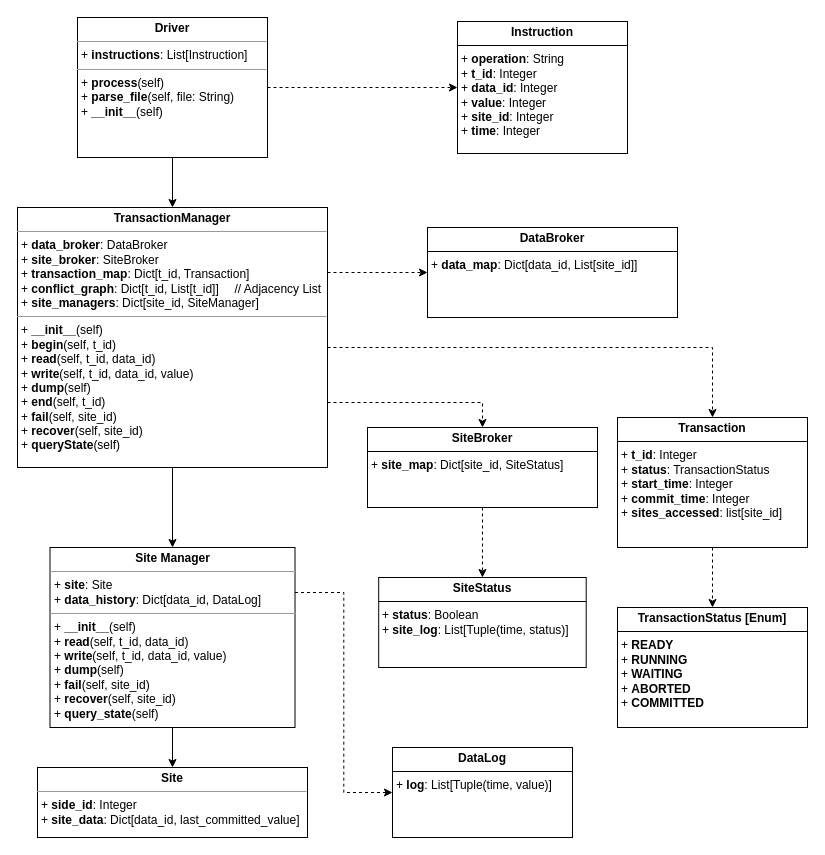
akash13s/replicated-concurrent-db keeps this draw.io diagram as design_diagram.drawio. Above is the earlier version. Source tidied: cells renumbered, new cells numbered last; positions are measured from the earlier drawing's top-left corner, leaving out a move shared by most shapes. Both pictures are drawn from the tidied source at 100%, with x=0, y=0 at pixel (17, 17).
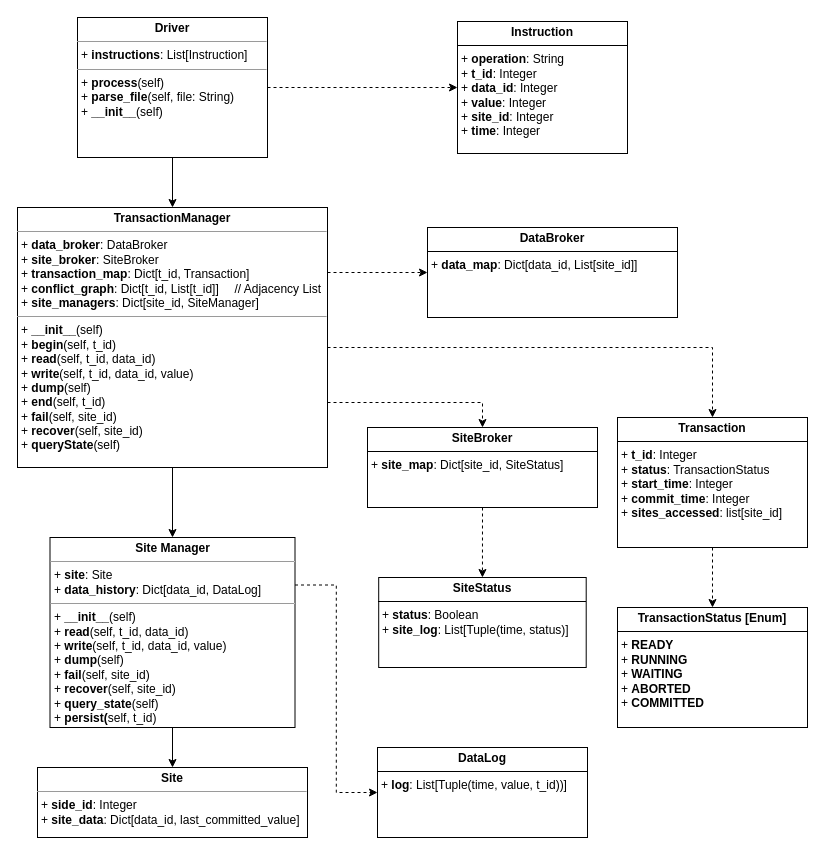
The same page after the edit.

Commit message:
Add persist method to Site Manager

The edit, as a diff of the source:
```diff
@@
-    <mxCell id="13" value="&lt;p style=&quot;margin:0px;margin-top:4px;text-align:center;&quot;&gt;&lt;b&gt;Site Manager&lt;/b&gt;&lt;/p&gt;&lt;hr size=&quot;1&quot;&gt;&lt;p style=&quot;margin:0px;margin-left:4px;&quot;&gt;+ &lt;b&gt;site&lt;/b&gt;: Site&lt;/p&gt;&lt;p style=&quot;margin:0px;margin-left:4px;&quot;&gt;+ &lt;b&gt;data_history&lt;/b&gt;: Dict[data_id, DataLog]&lt;/p&gt;&lt;hr size=&quot;1&quot;&gt;&lt;p style=&quot;margin: 0px 0px 0px 4px;&quot;&gt;+ &lt;b&gt;__init__&lt;/b&gt;(self)&lt;/p&gt;&lt;p style=&quot;margin: 0px 0px 0px 4px;&quot;&gt;+ &lt;b&gt;read&lt;/b&gt;(self, t_id, data_id)&lt;/p&gt;&lt;p style=&quot;margin: 0px 0px 0px 4px;&quot;&gt;+ &lt;b&gt;write&lt;/b&gt;(self, t_id, data_id, value)&lt;/p&gt;&lt;p style=&quot;margin: 0px 0px 0px 4px;&quot;&gt;+ &lt;b&gt;dump&lt;/b&gt;(self)&lt;/p&gt;&lt;p style=&quot;margin: 0px 0px 0px 4px;&quot;&gt;&lt;span style=&quot;background-color: initial;&quot;&gt;+ &lt;b&gt;fail&lt;/b&gt;(self, site_id)&lt;/span&gt;&lt;/p&gt;&lt;p style=&quot;margin: 0px 0px 0px 4px;&quot;&gt;+ &lt;b&gt;recover&lt;/b&gt;(self, site_id)&lt;/p&gt;&lt;p style=&quot;margin: 0px 0px 0px 4px;&quot;&gt;+ &lt;b&gt;query_state&lt;/b&gt;(self)&lt;/p&gt;&lt;p style=&quot;margin: 0px 0px 0px 4px;&quot;&gt;&lt;br&gt;&lt;/p&gt;" style="verticalAlign=top;align=left;overflow=fill;fontSize=12;fontFamily=Helvetica;html=1;rounded=0;shadow=0;comic=0;labelBackgroundColor=none;strokeWidth=1;" parent="1" vertex="1">
-      <mxGeometry x="32.5" y="530" width="245" height="180" as="geometry" />
+    <mxCell id="13" value="&lt;p style=&quot;margin:0px;margin-top:4px;text-align:center;&quot;&gt;&lt;b&gt;Site Manager&lt;/b&gt;&lt;/p&gt;&lt;hr size=&quot;1&quot;&gt;&lt;p style=&quot;margin:0px;margin-left:4px;&quot;&gt;+ &lt;b&gt;site&lt;/b&gt;: Site&lt;/p&gt;&lt;p style=&quot;margin:0px;margin-left:4px;&quot;&gt;+ &lt;b&gt;data_history&lt;/b&gt;: Dict[data_id, DataLog]&lt;/p&gt;&lt;hr size=&quot;1&quot;&gt;&lt;p style=&quot;margin: 0px 0px 0px 4px;&quot;&gt;+ &lt;b&gt;__init__&lt;/b&gt;(self)&lt;/p&gt;&lt;p style=&quot;margin: 0px 0px 0px 4px;&quot;&gt;+ &lt;b&gt;read&lt;/b&gt;(self, t_id, data_id)&lt;/p&gt;&lt;p style=&quot;margin: 0px 0px 0px 4px;&quot;&gt;+ &lt;b&gt;write&lt;/b&gt;(self, t_id, data_id, value)&lt;/p&gt;&lt;p style=&quot;margin: 0px 0px 0px 4px;&quot;&gt;+ &lt;b&gt;dump&lt;/b&gt;(self)&lt;/p&gt;&lt;p style=&quot;margin: 0px 0px 0px 4px;&quot;&gt;&lt;span style=&quot;background-color: initial;&quot;&gt;+ &lt;b&gt;fail&lt;/b&gt;(self, site_id)&lt;/span&gt;&lt;/p&gt;&lt;p style=&quot;margin: 0px 0px 0px 4px;&quot;&gt;+ &lt;b&gt;recover&lt;/b&gt;(self, site_id)&lt;/p&gt;&lt;p style=&quot;margin: 0px 0px 0px 4px;&quot;&gt;+ &lt;b&gt;query_state&lt;/b&gt;(self)&lt;/p&gt;&lt;p style=&quot;margin: 0px 0px 0px 4px;&quot;&gt;+ &lt;b&gt;persist(&lt;/b&gt;self, t_id)&lt;/p&gt;" style="verticalAlign=top;align=left;overflow=fill;fontSize=12;fontFamily=Helvetica;html=1;rounded=0;shadow=0;comic=0;labelBackgroundColor=none;strokeWidth=1;" parent="1" vertex="1">
+      <mxGeometry x="32.5" y="520" width="245" height="190" as="geometry" />
     </mxCell>
@@
-    <mxCell id="21" value="&lt;p style=&quot;margin:0px;margin-top:4px;text-align:center;&quot;&gt;&lt;b&gt;DataLog&lt;/b&gt;&lt;/p&gt;&lt;hr size=&quot;1&quot; style=&quot;border-style:solid;&quot;&gt;&lt;p style=&quot;margin:0px;margin-left:4px;&quot;&gt;&lt;span style=&quot;background-color: initial;&quot;&gt;+ &lt;b&gt;log&lt;/b&gt;: List[Tuple(time, value)]&lt;/span&gt;&lt;/p&gt;" style="verticalAlign=top;align=left;overflow=fill;html=1;whiteSpace=wrap;" parent="1" vertex="1">
-      <mxGeometry x="375" y="730" width="180" height="90" as="geometry" />
+    <mxCell id="21" value="&lt;p style=&quot;margin:0px;margin-top:4px;text-align:center;&quot;&gt;&lt;b&gt;DataLog&lt;/b&gt;&lt;/p&gt;&lt;hr size=&quot;1&quot; style=&quot;border-style:solid;&quot;&gt;&lt;p style=&quot;margin:0px;margin-left:4px;&quot;&gt;&lt;span style=&quot;background-color: initial;&quot;&gt;+ &lt;b&gt;log&lt;/b&gt;: List[Tuple(time, value, t_id))]&lt;/span&gt;&lt;/p&gt;" style="verticalAlign=top;align=left;overflow=fill;html=1;whiteSpace=wrap;" parent="1" vertex="1">
+      <mxGeometry x="360" y="730" width="210" height="90" as="geometry" />
     </mxCell>
```
